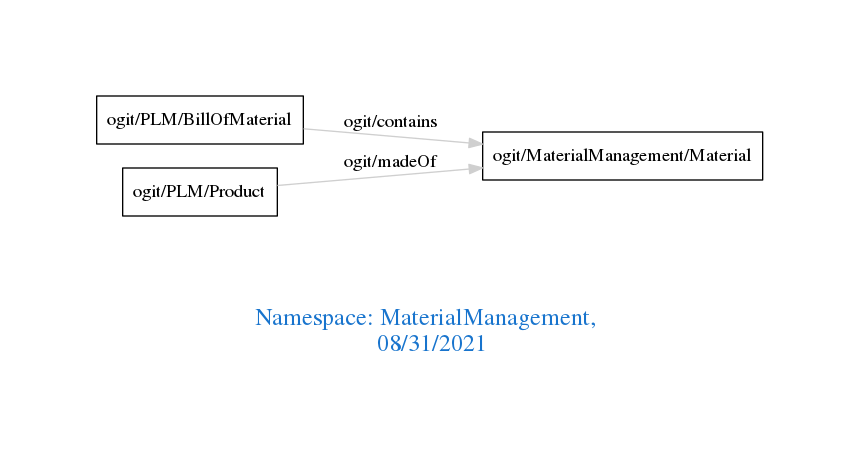
The Graphviz diagram downloads/MaterialManagement.png in arago/OGIT, before a commit. Its source is kept beside it as downloads/MaterialManagement.dot.
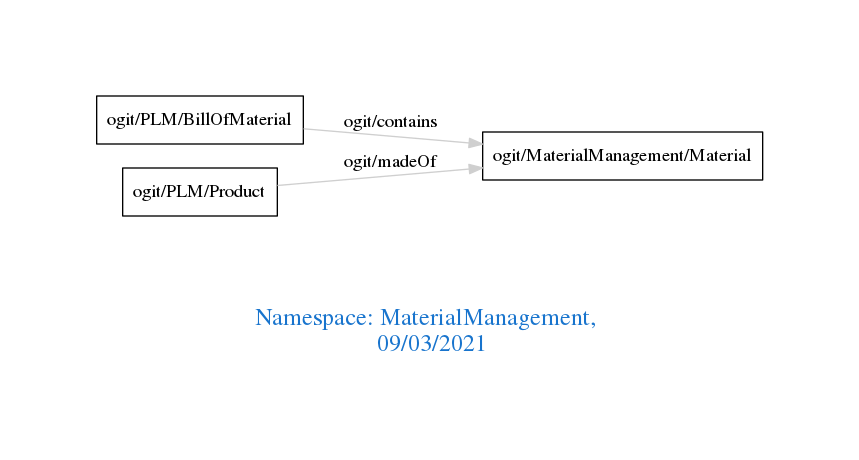
The same file after the commit.

Diff of the diagram source:
```diff
@@ -1,7 +1,7 @@
 digraph OGIT_ontology {
  graph [ rankdir= LR,pad=1
 fontsize = 18,
-fontcolor= dodgerblue3,label = "\n\n\nNamespace: MaterialManagement, \n 08/31/2021"];
+fontcolor= dodgerblue3,label = "\n\n\nNamespace: MaterialManagement, \n 09/03/2021"];
 node[shape=polygon];
 edge [  color="gray81"];
 
```
